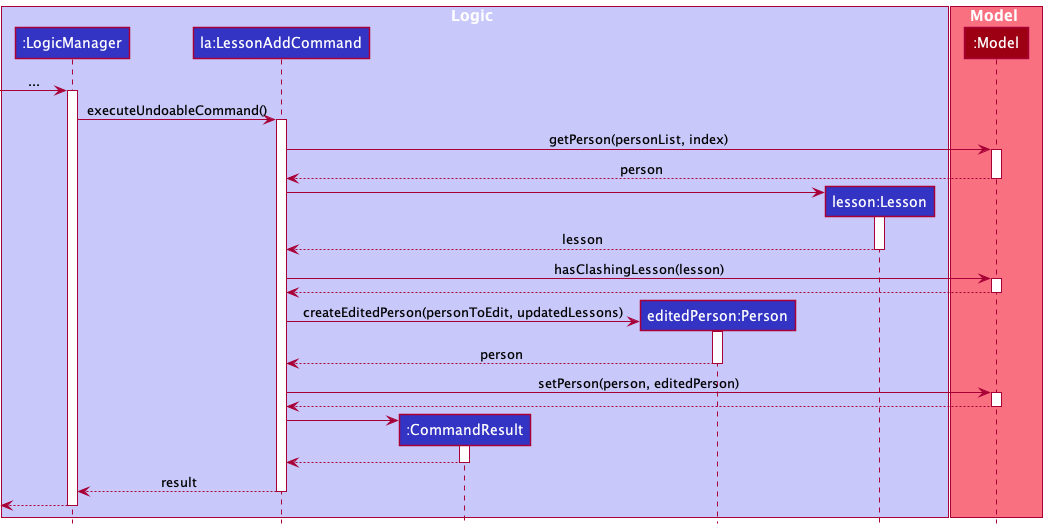
This is docs/images/LessonAddLogicSequenceDiagram.png from nus-cs2103-AY2122S1/tp, a PlantUML export, as it was before one commit.
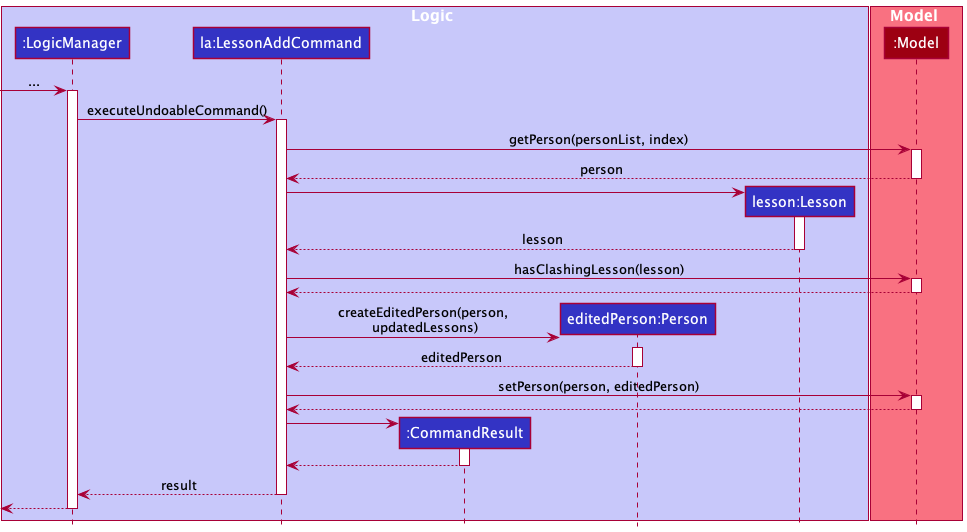
Later version of the same file.

What changed in the source:
```diff
@@ -40,10 +40,10 @@
 deactivate Model
 
 create Person
-LessonAddCommand -> Person : createEditedPerson(personToEdit, updatedLessons)
+LessonAddCommand -> Person : createEditedPerson(person,\n updatedLessons)
 activate Person
 
-Person --> LessonAddCommand : person
+Person --> LessonAddCommand : editedPerson
 deactivate Person
 
 LessonAddCommand -> Model : setPerson(person, editedPerson)
```
